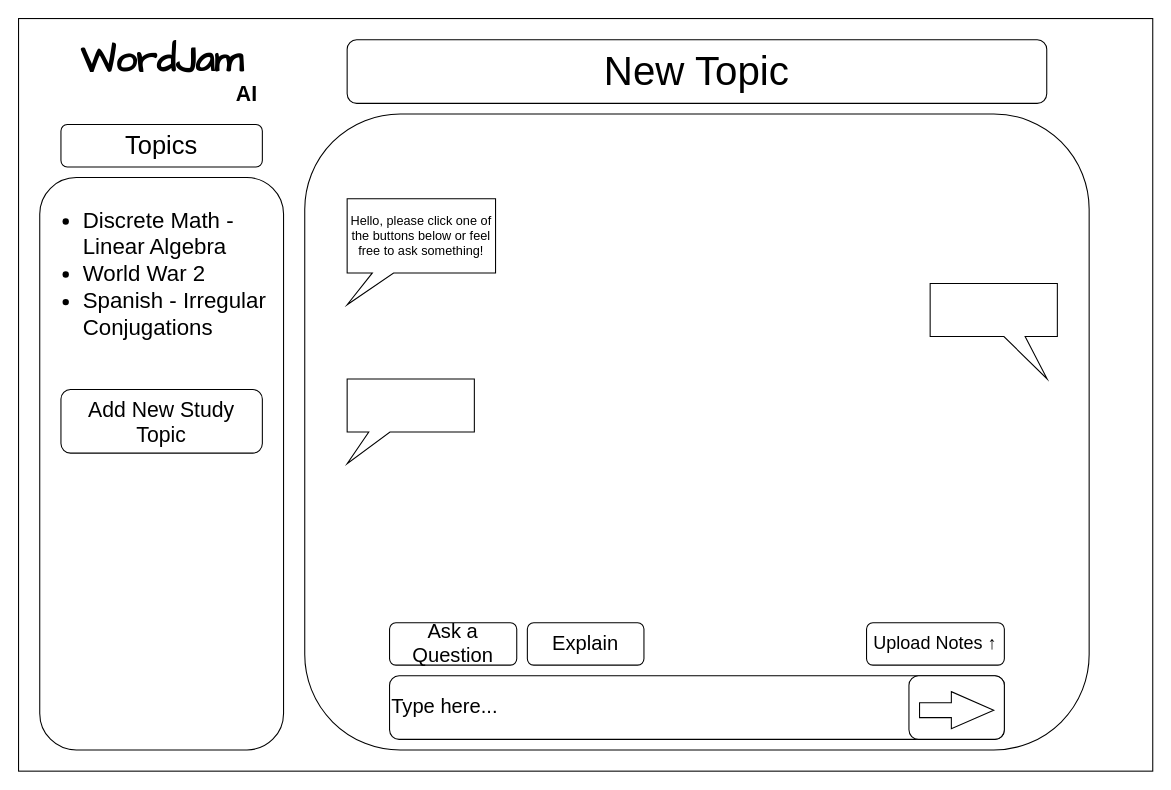
Above: page "New Topic - 1" (3 of 22) of 460prototype.drawio in mmeiser19/cpsc460 (draw.io), before the change. Source tidied: cells renumbered, new cells numbered last; positions are measured from the earlier drawing's top-left corner, leaving out a move shared by most shapes. Both pictures are drawn from the tidied source at 106%, with x=0, y=0 at pixel (18, 18).
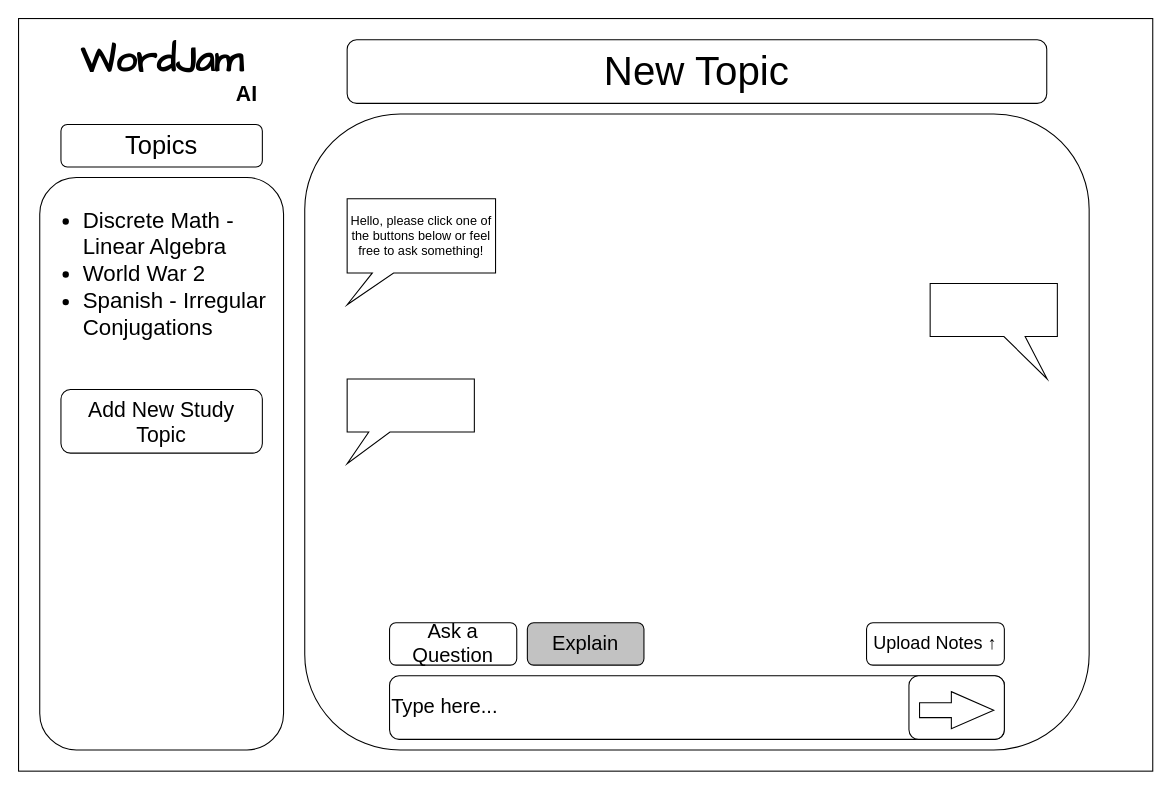
Above is the later version.

Commit message (it also covers changes not shown here):
Shaded "explain" buttons to resemble being disabled

The edit, as a diff of the source:
```diff
@@
 <mxGraphModel>
   <root>
     <mxCell id="0" />
     <mxCell id="1" parent="0" />
     <mxCell id="2" style="rounded=0;whiteSpace=wrap;html=1;" parent="1" vertex="1">
       <mxGeometry width="1070" height="710" as="geometry" />
     </mxCell>
     <mxCell id="3" value="&lt;span style=&quot;font-size: 38px;&quot;&gt;New Topic&lt;br&gt;&lt;/span&gt;" style="rounded=1;whiteSpace=wrap;html=1;" parent="1" vertex="1">
       <mxGeometry x="310" y="20" width="660" height="60" as="geometry" />
     </mxCell>
     <mxCell id="4" value="&lt;span style=&quot;font-size: 24px;&quot;&gt;Topics&lt;/span&gt;" style="rounded=1;whiteSpace=wrap;html=1;" parent="1" vertex="1">
       <mxGeometry x="40" y="100" width="190" height="40" as="geometry" />
     </mxCell>
     <mxCell id="5" style="rounded=1;whiteSpace=wrap;html=1;" parent="1" vertex="1">
       <mxGeometry x="270" y="90" width="740" height="600" as="geometry" />
     </mxCell>
     <mxCell id="6" value="&lt;font style=&quot;font-size: 19px;&quot;&gt;Type here...&lt;/font&gt;" style="rounded=1;whiteSpace=wrap;html=1;align=left;" parent="1" vertex="1">
       <mxGeometry x="350" y="620" width="580" height="60" as="geometry" />
     </mxCell>
     <mxCell id="7" value="&lt;ul style=&quot;font-size: 21px;&quot;&gt;&lt;li style=&quot;text-align: left;&quot;&gt;&lt;span style=&quot;background-color: initial;&quot;&gt;Discrete Math - Linear Algebra&lt;br&gt;&lt;/span&gt;&lt;/li&gt;&lt;li style=&quot;text-align: left;&quot;&gt;&lt;span style=&quot;background-color: initial;&quot;&gt;World War 2&lt;/span&gt;&lt;/li&gt;&lt;li style=&quot;text-align: left;&quot;&gt;&lt;span style=&quot;background-color: initial;&quot;&gt;Spanish - Irregular Conjugations&lt;/span&gt;&lt;/li&gt;&lt;/ul&gt;" style="rounded=1;whiteSpace=wrap;html=1;verticalAlign=top;" parent="1" vertex="1">
       <mxGeometry x="20" y="150" width="230" height="540" as="geometry" />
     </mxCell>
     <mxCell id="8" value="&lt;font style=&quot;font-size: 19px;&quot;&gt;Ask a Question&lt;/font&gt;" style="rounded=1;whiteSpace=wrap;html=1;" parent="1" vertex="1">
       <mxGeometry x="350" y="570" width="120" height="40" as="geometry" />
     </mxCell>
-    <mxCell id="9" value="&lt;font style=&quot;font-size: 19px;&quot;&gt;Explain&lt;/font&gt;" style="rounded=1;whiteSpace=wrap;html=1;" parent="1" vertex="1">
+    <mxCell id="9" value="&lt;font style=&quot;font-size: 19px;&quot;&gt;Explain&lt;/font&gt;" style="rounded=1;whiteSpace=wrap;html=1;fillColor=#C2C2C2;" parent="1" vertex="1">
       <mxGeometry x="480" y="570" width="110" height="40" as="geometry" />
     </mxCell>
     <mxCell id="10" value="&lt;font style=&quot;font-size: 17px;&quot;&gt;Upload Notes ↑&lt;br&gt;&lt;/font&gt;" style="rounded=1;whiteSpace=wrap;html=1;" parent="1" vertex="1">
       <mxGeometry x="800" y="570" width="130" height="40" as="geometry" />
     </mxCell>
     <mxCell id="11" style="shape=callout;whiteSpace=wrap;html=1;perimeter=calloutPerimeter;size=30;position=0.17;position2=0;" parent="1" vertex="1">
       <mxGeometry x="310" y="340" width="120" height="80" as="geometry" />
     </mxCell>
     <mxCell id="12" value="Hello, please click one of the buttons below or feel free to ask something!" style="shape=callout;whiteSpace=wrap;html=1;perimeter=calloutPerimeter;size=30;position=0.17;position2=0;" parent="1" vertex="1">
       <mxGeometry x="310" y="170" width="140" height="100" as="geometry" />
     </mxCell>
     <mxCell id="13" style="shape=callout;whiteSpace=wrap;html=1;perimeter=calloutPerimeter;size=40;position=0.58;position2=0.92;base=20;" parent="1" vertex="1">
       <mxGeometry x="860" y="250" width="120" height="90" as="geometry" />
     </mxCell>
     <mxCell id="14" value="&lt;font style=&quot;font-size: 20px;&quot;&gt;Add New Study Topic&lt;/font&gt;" style="rounded=1;whiteSpace=wrap;html=1;" parent="1" vertex="1">
       <mxGeometry x="40" y="350" width="190" height="60" as="geometry" />
     </mxCell>
     <mxCell id="15" style="rounded=1;whiteSpace=wrap;html=1;" parent="1" vertex="1">
       <mxGeometry x="840" y="620" width="90" height="60" as="geometry" />
     </mxCell>
     <mxCell id="16" style="html=1;shadow=0;dashed=0;align=center;verticalAlign=middle;shape=mxgraph.arrows2.arrow;dy=0.6;dx=40;notch=0;" parent="1" vertex="1">
       <mxGeometry x="850" y="635" width="70" height="35" as="geometry" />
     </mxCell>
     <mxCell id="17" value="&lt;font size=&quot;1&quot; face=&quot;Comic Sans MS&quot;&gt;&lt;b style=&quot;font-size: 35px;&quot;&gt;WordJam&lt;/b&gt;&lt;/font&gt;" style="text;html=1;align=center;verticalAlign=middle;strokeColor=none;fillColor=none;" parent="1" vertex="1">
       <mxGeometry x="40" y="10" width="190" height="60" as="geometry" />
     </mxCell>
     <mxCell id="18" value="&lt;b&gt;&lt;font style=&quot;font-size: 20px;&quot;&gt;AI&lt;/font&gt;&lt;/b&gt;" style="text;html=1;align=center;verticalAlign=middle;strokeColor=none;fillColor=none;" parent="1" vertex="1">
       <mxGeometry x="195" y="50" width="40" height="40" as="geometry" />
     </mxCell>
   </root>
 </mxGraphModel>
```
